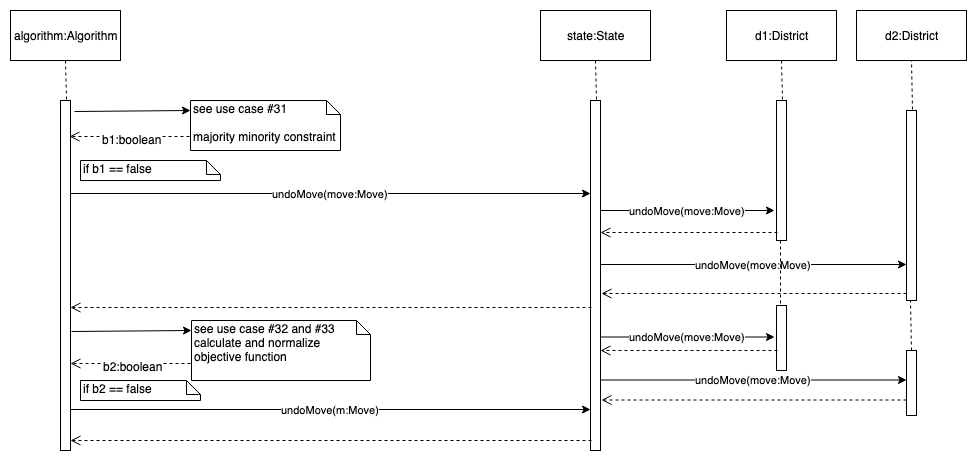
This is Presentation/SequenceDiagrams/34. Finalize move_reject move.png from Randypaquette13/CSE308New, a draw.io export, as it was before one commit. Source tidied: cells renumbered, new cells last; positions are measured from the earlier drawing's top-left corner, leaving out a move shared by most shapes.
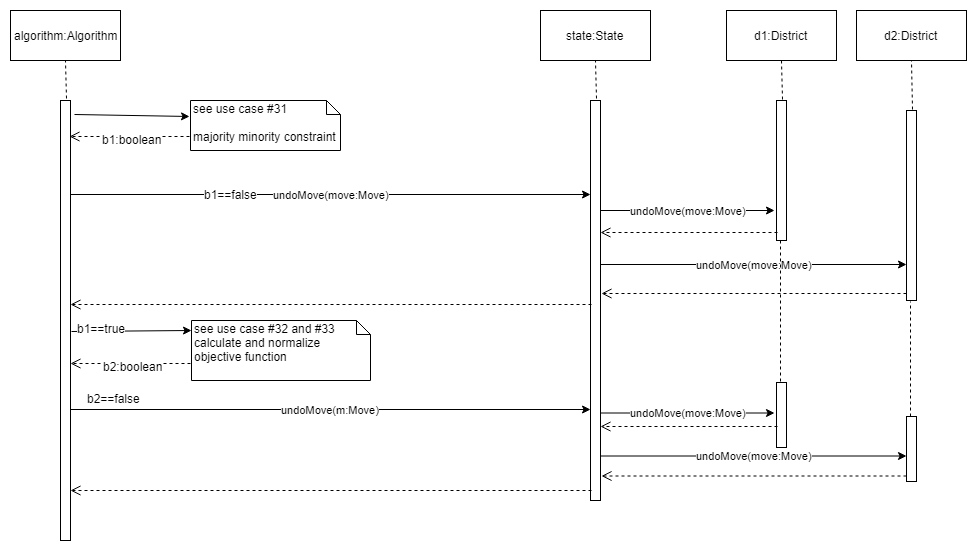
Later version of the same file.

What changed in the source:
```diff
@@ -3,7 +3,7 @@
     <mxCell id="0" />
     <mxCell id="1" parent="0" />
     <mxCell id="2" style="html=1;points=[];perimeter=orthogonalPerimeter;" parent="1" vertex="1">
-      <mxGeometry x="50" y="90" width="10" height="350" as="geometry" />
+      <mxGeometry x="50" y="90" width="10" height="440" as="geometry" />
     </mxCell>
     <mxCell id="3" value="algorithm:Algorithm" style="html=1;" parent="1" vertex="1">
       <mxGeometry width="110" height="50" as="geometry" />
@@ -12,7 +12,7 @@
       <mxGeometry relative="1" as="geometry" />
     </mxCell>
     <mxCell id="5" style="html=1;points=[];perimeter=orthogonalPerimeter;" parent="1" vertex="1">
-      <mxGeometry x="580" y="90" width="10" height="350" as="geometry" />
+      <mxGeometry x="580" y="90" width="10" height="400" as="geometry" />
     </mxCell>
     <mxCell id="6" value="state:State" style="html=1;" parent="1" vertex="1">
       <mxGeometry x="530" width="110" height="50" as="geometry" />
@@ -20,13 +20,19 @@
     <mxCell id="7" style="endArrow=none;dashed=1;html=1;entryX=0.5;entryY=1;entryDx=0;entryDy=0;exitX=0.6;exitY=-0.004;exitDx=0;exitDy=0;exitPerimeter=0;" parent="1" edge="1" source="5" target="6">
       <mxGeometry relative="1" as="geometry" />
     </mxCell>
-    <mxCell id="8" value="undoMove(move:Move)" style="endArrow=classic;html=1;exitX=1;exitY=0.266;exitDx=0;exitDy=0;exitPerimeter=0;" parent="1" edge="1" source="2" target="5">
-      <mxGeometry relative="1" as="geometry" />
+    <mxCell id="8" value="undoMove(move:Move)" style="endArrow=classic;html=1;exitX=1;exitY=0.266;exitDx=0;exitDy=0;exitPerimeter=0;" parent="1" edge="1">
+      <mxGeometry relative="1" as="geometry">
+        <mxPoint x="60" y="184" as="sourcePoint" />
+        <mxPoint x="580" y="184" as="targetPoint" />
+      </mxGeometry>
     </mxCell>
+    <mxCell id="40" value="b1==false" style="text;html=1;align=center;verticalAlign=middle;labelBackgroundColor=#ffffff;" parent="8" vertex="1">
+      <mxGeometry x="-0.46" y="1" relative="1" as="geometry">
+        <mxPoint x="20" as="offset" />
+      </mxGeometry>
+    </mxCell>
-    <mxCell id="9" style="endArrow=classic;html=1;exitX=1.4;exitY=0.031;exitDx=0;exitDy=0;exitPerimeter=0;" parent="1" edge="1" source="2">
-      <mxGeometry relative="1" as="geometry">
-        <mxPoint x="180" y="100" as="targetPoint" />
-      </mxGeometry>
+    <mxCell id="9" style="endArrow=classic;html=1;exitX=1.4;exitY=0.031;exitDx=0;exitDy=0;exitPerimeter=0;entryX=-0.005;entryY=0.324;entryDx=0;entryDy=0;entryPerimeter=0;" parent="1" edge="1" source="2" target="10">
+      <mxGeometry relative="1" as="geometry" />
     </mxCell>
     <mxCell id="10" value="see use case #31&lt;br&gt;&lt;br&gt;majority minority constraint&lt;br&gt;" style="shape=note;whiteSpace=wrap;html=1;size=14;verticalAlign=top;align=left;spacingTop=-6;" parent="1" vertex="1">
       <mxGeometry x="180" y="90" width="150" height="50" as="geometry" />
@@ -39,9 +45,6 @@
     <mxCell id="12" value="b1:boolean" style="text;html=1;align=center;verticalAlign=middle;labelBackgroundColor=#ffffff;" parent="11" vertex="1">
       <mxGeometry x="-0.04" y="2" relative="1" as="geometry" />
     </mxCell>
-    <mxCell id="13" value="if b1 == false" style="shape=note;whiteSpace=wrap;html=1;size=14;verticalAlign=top;align=left;spacingTop=-6;" parent="1" vertex="1">
-      <mxGeometry x="70" y="150" width="140" height="20" as="geometry" />
-    </mxCell>
     <mxCell id="14" style="html=1;points=[];perimeter=orthogonalPerimeter;" parent="1" vertex="1">
       <mxGeometry x="766" y="90" width="10" height="140" as="geometry" />
     </mxCell>
@@ -82,6 +85,9 @@
         <mxPoint x="181" y="320" as="targetPoint" />
       </mxGeometry>
     </mxCell>
+    <mxCell id="41" value="b1==true" style="text;html=1;align=center;verticalAlign=middle;labelBackgroundColor=#ffffff;" parent="24" vertex="1">
+      <mxGeometry x="-0.5" y="3" relative="1" as="geometry" />
+    </mxCell>
     <mxCell id="25" value="see use case #32 and #33&lt;br&gt;calculate and normalize objective function&lt;br&gt;" style="shape=note;whiteSpace=wrap;html=1;size=14;verticalAlign=top;align=left;spacingTop=-6;" parent="1" vertex="1">
       <mxGeometry x="181" y="310" width="179" height="60" as="geometry" />
     </mxCell>
@@ -93,9 +99,6 @@
     <mxCell id="27" value="b2:boolean" style="text;html=1;align=center;verticalAlign=middle;labelBackgroundColor=#ffffff;" parent="26" vertex="1">
       <mxGeometry x="-0.04" y="2" relative="1" as="geometry" />
     </mxCell>
-    <mxCell id="28" value="if b2 == false" style="shape=note;whiteSpace=wrap;html=1;size=14;verticalAlign=top;align=left;spacingTop=-6;" parent="1" vertex="1">
-      <mxGeometry x="70" y="370" width="120" height="20" as="geometry" />
-    </mxCell>
     <mxCell id="29" value="undoMove(m:Move)" style="endArrow=classic;html=1;exitX=1;exitY=0.316;exitDx=0;exitDy=0;exitPerimeter=0;" parent="1" edge="1">
       <mxGeometry relative="1" as="geometry">
         <mxPoint x="60" y="399" as="sourcePoint" />
@@ -108,49 +111,54 @@
       </mxGeometry>
     </mxCell>
     <mxCell id="31" style="html=1;points=[];perimeter=orthogonalPerimeter;" parent="1" vertex="1">
-      <mxGeometry x="766" y="295" width="10" height="65" as="geometry" />
+      <mxGeometry x="766" y="372" width="10" height="65" as="geometry" />
     </mxCell>
     <mxCell id="32" value="undoMove(move:Move)" style="endArrow=classic;html=1;entryX=-0.2;entryY=0.786;entryDx=0;entryDy=0;entryPerimeter=0;" parent="1" edge="1">
       <mxGeometry relative="1" as="geometry">
-        <mxPoint x="590" y="326.5" as="sourcePoint" />
-        <mxPoint x="764" y="326.5" as="targetPoint" />
+        <mxPoint x="590" y="402.5" as="sourcePoint" />
+        <mxPoint x="764" y="402.5" as="targetPoint" />
       </mxGeometry>
     </mxCell>
     <mxCell id="33" style="html=1;verticalAlign=bottom;endArrow=open;dashed=1;endSize=8;exitX=0.1;exitY=0.943;exitDx=0;exitDy=0;exitPerimeter=0;" parent="1" edge="1">
       <mxGeometry relative="1" as="geometry">
-        <mxPoint x="767" y="340" as="sourcePoint" />
-        <mxPoint x="590" y="340" as="targetPoint" />
+        <mxPoint x="767" y="416" as="sourcePoint" />
+        <mxPoint x="590" y="416" as="targetPoint" />
       </mxGeometry>
     </mxCell>
     <mxCell id="34" value="undoMove(move:Move)" style="endArrow=classic;html=1;" parent="1" edge="1">
       <mxGeometry relative="1" as="geometry">
-        <mxPoint x="590" y="369.5" as="sourcePoint" />
-        <mxPoint x="896" y="369.5" as="targetPoint" />
+        <mxPoint x="590" y="445.5" as="sourcePoint" />
+        <mxPoint x="896" y="445.5" as="targetPoint" />
       </mxGeometry>
     </mxCell>
     <mxCell id="35" style="html=1;verticalAlign=bottom;endArrow=open;dashed=1;endSize=8;" parent="1" edge="1">
       <mxGeometry relative="1" as="geometry">
-        <mxPoint x="896" y="389.5" as="sourcePoint" />
-        <mxPoint x="591" y="389.5" as="targetPoint" />
+        <mxPoint x="896" y="465.5" as="sourcePoint" />
+        <mxPoint x="591" y="465.5" as="targetPoint" />
       </mxGeometry>
     </mxCell>
-    <mxCell id="36" style="endArrow=none;dashed=1;html=1;exitX=0.6;exitY=-0.004;exitDx=0;exitDy=0;exitPerimeter=0;" parent="1" edge="1">
+    <mxCell id="36" style="endArrow=none;dashed=1;html=1;" parent="1" edge="1" source="37">
       <mxGeometry relative="1" as="geometry">
-        <mxPoint x="901" y="340" as="sourcePoint" />
-        <mxPoint x="900" y="290" as="targetPoint" />
+        <mxPoint x="900" y="291" as="targetPoint" />
       </mxGeometry>
     </mxCell>
     <mxCell id="37" style="html=1;points=[];perimeter=orthogonalPerimeter;" parent="1" vertex="1">
-      <mxGeometry x="896" y="340" width="10" height="65" as="geometry" />
+      <mxGeometry x="896" y="406" width="10" height="65" as="geometry" />
     </mxCell>
-    <mxCell id="38" style="html=1;verticalAlign=bottom;endArrow=open;dashed=1;endSize=8;exitX=0.1;exitY=0.591;exitDx=0;exitDy=0;exitPerimeter=0;" parent="1" edge="1" source="5" target="2">
-      <mxGeometry relative="1" as="geometry" />
+    <mxCell id="38" style="html=1;verticalAlign=bottom;endArrow=open;dashed=1;endSize=8;exitX=0.1;exitY=0.591;exitDx=0;exitDy=0;exitPerimeter=0;" parent="1" edge="1">
+      <mxGeometry relative="1" as="geometry">
+        <mxPoint x="581" y="294" as="sourcePoint" />
+        <mxPoint x="60" y="294" as="targetPoint" />
+      </mxGeometry>
     </mxCell>
     <mxCell id="39" style="html=1;verticalAlign=bottom;endArrow=open;dashed=1;endSize=8;exitX=0.1;exitY=0.591;exitDx=0;exitDy=0;exitPerimeter=0;" parent="1" edge="1">
       <mxGeometry relative="1" as="geometry">
-        <mxPoint x="581" y="430" as="sourcePoint" />
-        <mxPoint x="60" y="430" as="targetPoint" />
+        <mxPoint x="581" y="480" as="sourcePoint" />
+        <mxPoint x="60" y="480" as="targetPoint" />
       </mxGeometry>
     </mxCell>
+    <mxCell id="42" value="b2==false" style="text;html=1;align=left;verticalAlign=top;spacingTop=-4;" parent="1" vertex="1">
+      <mxGeometry x="75" y="379" width="70" height="20" as="geometry" />
+    </mxCell>
   </root>
 </mxGraphModel>
```
